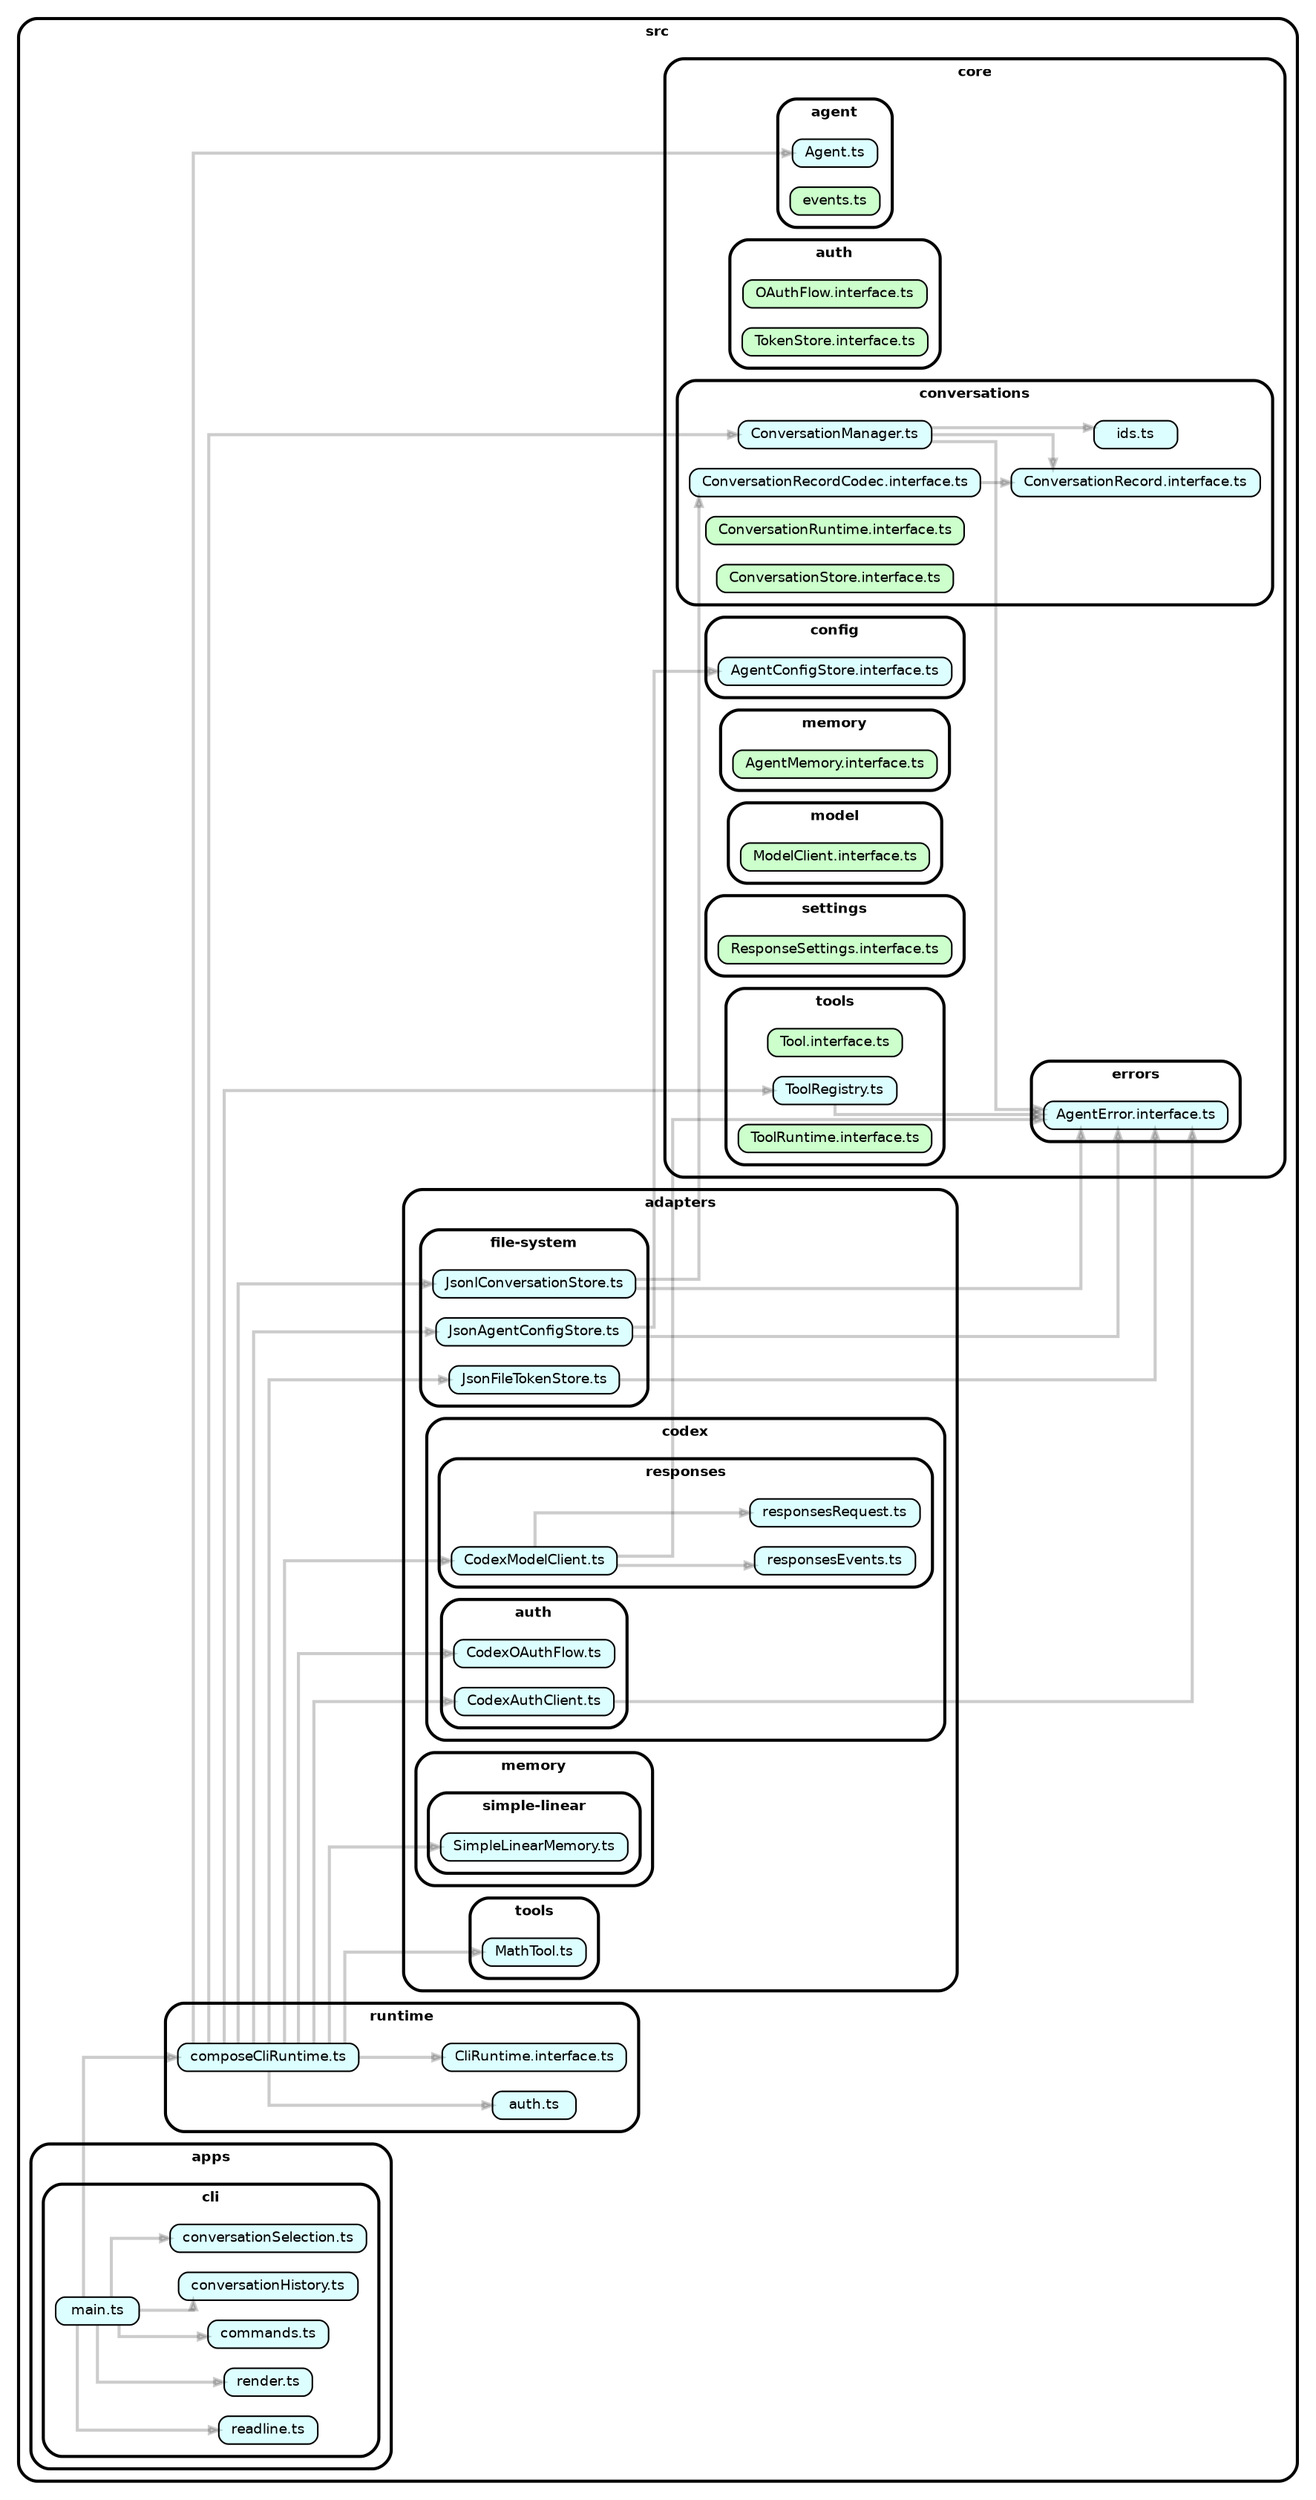
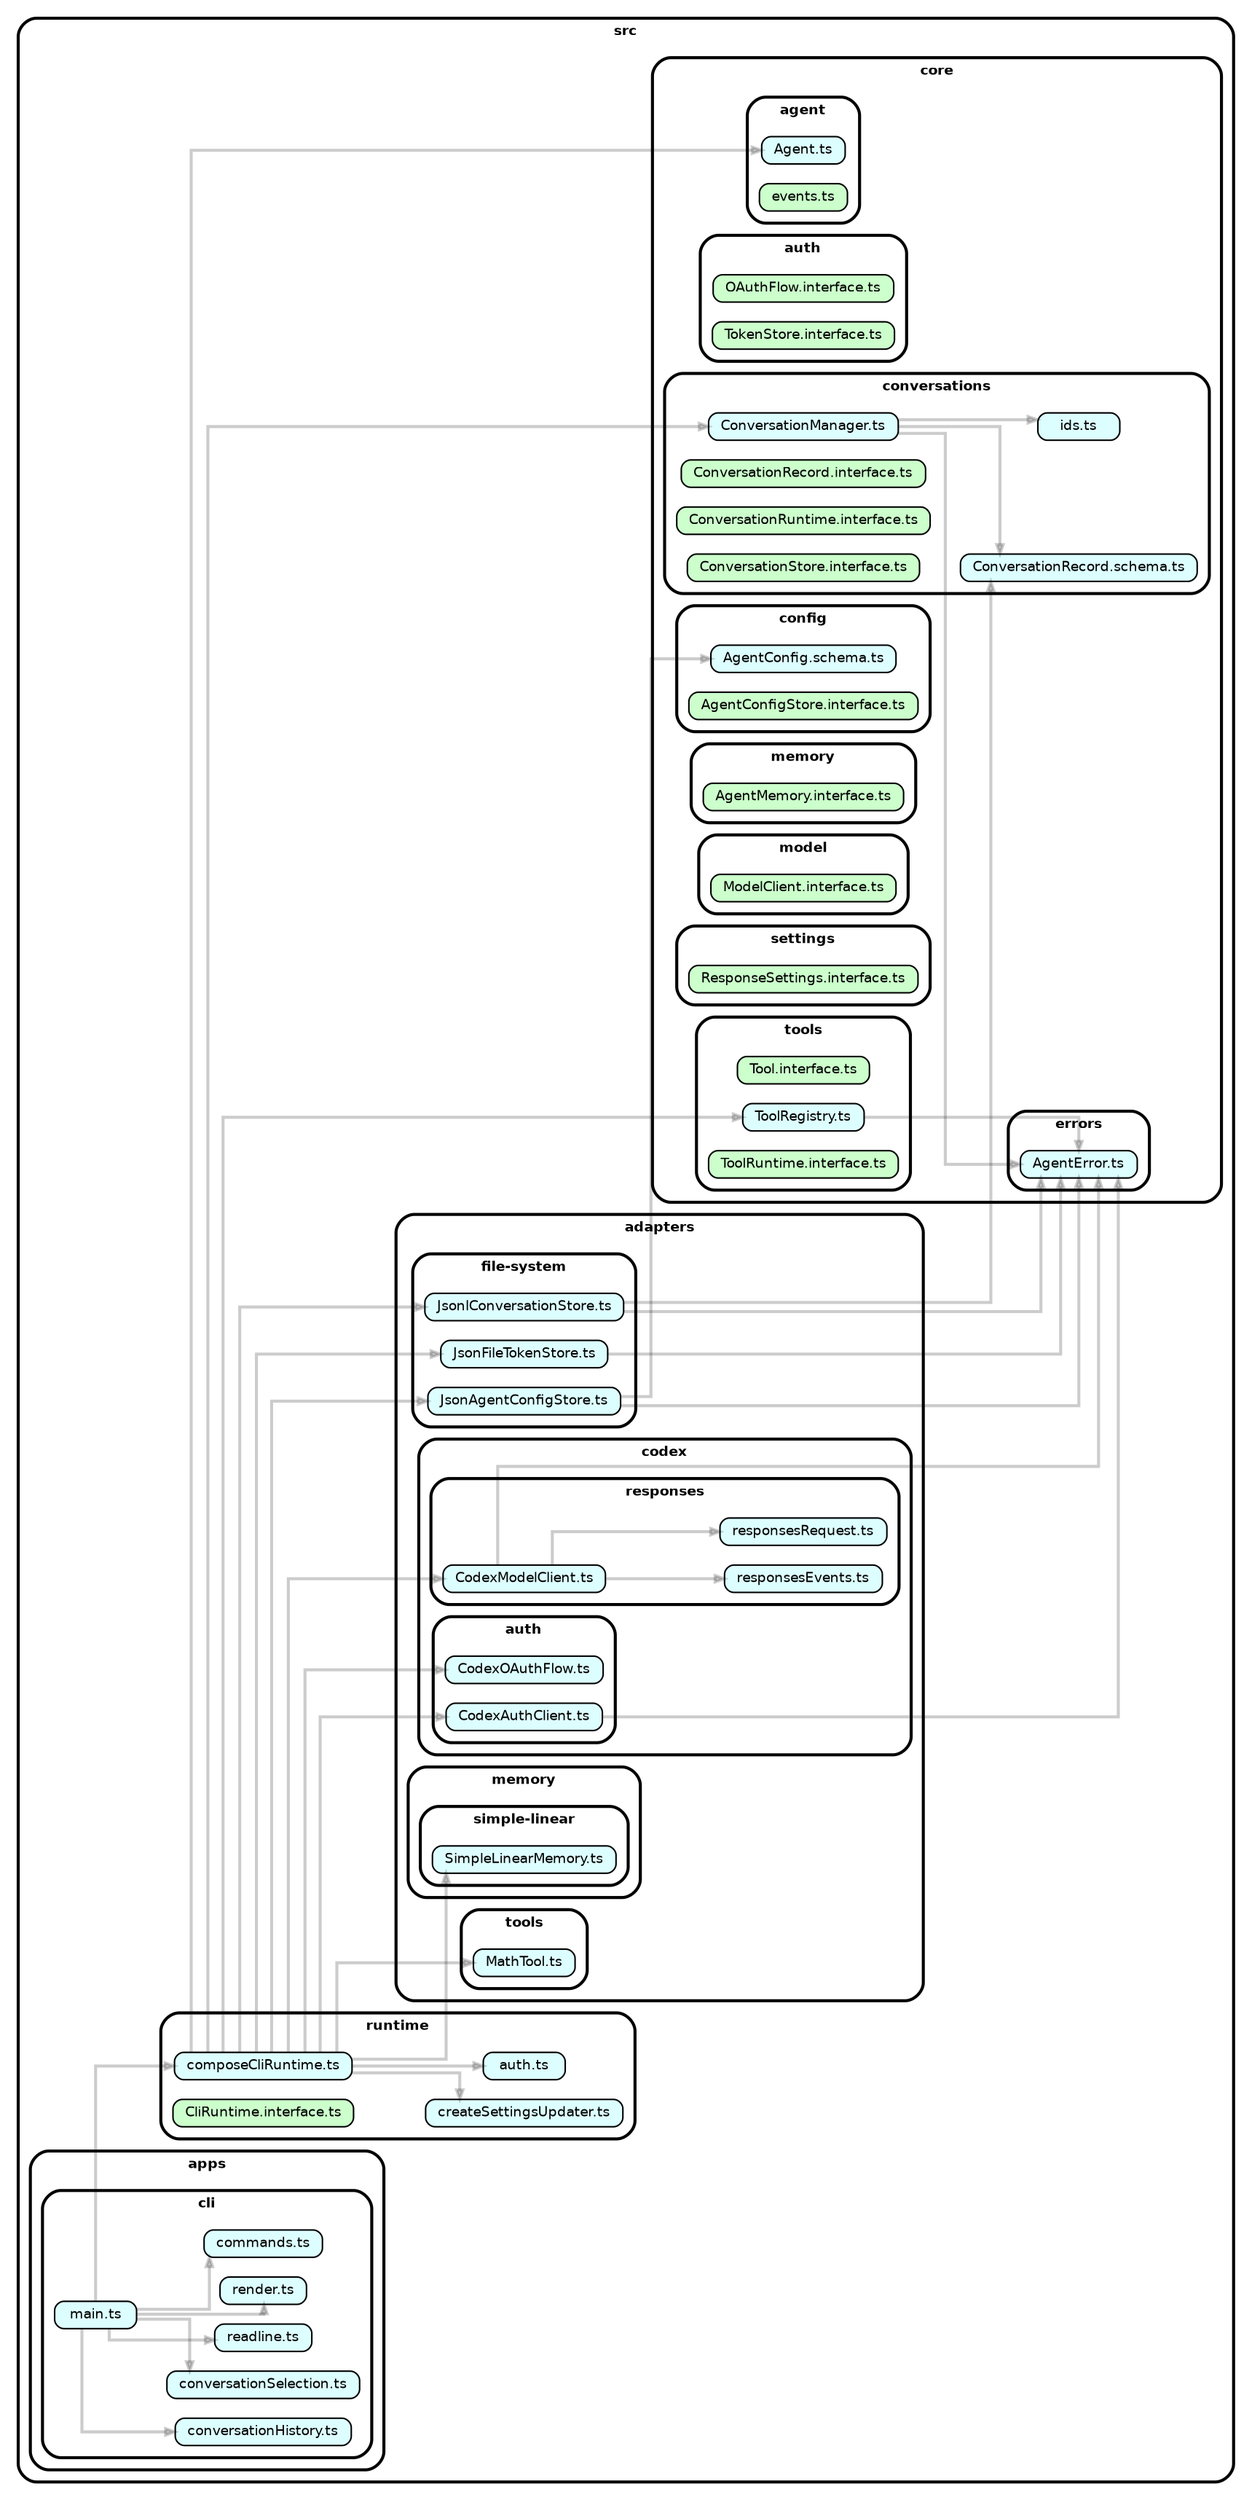
strict digraph "dependency-cruiser output"{
    rankdir="LR" splines="ortho" overlap="false" nodesep="0.18" ranksep="0.28" fontname="Helvetica-bold" fontsize="9" style="rounded,bold,filled" fillcolor="#ffffff" compound="true" concentrate="true"
    node [shape="box" style="rounded, filled" height="0.2" color="black" fillcolor="#ffffcc" fontcolor="black" fontname="Helvetica" fontsize="9"]
    edge [arrowhead="normal" arrowsize="0.6" penwidth="2.0" color="#00000033" fontname="Helvetica" fontsize="9"]

    subgraph "cluster_src" {label="src" subgraph "cluster_src/adapters" {label="adapters" subgraph "cluster_src/adapters/codex" {label="codex" subgraph "cluster_src/adapters/codex/auth" {label="auth" "src/adapters/codex/auth/CodexAuthClient.ts" [label=<CodexAuthClient.ts> tooltip="CodexAuthClient.ts" URL="src/adapters/codex/auth/CodexAuthClient.ts" fillcolor="#ddfeff"] } } } }
-     "src/adapters/codex/auth/CodexAuthClient.ts" -> "src/core/errors/AgentError.interface.ts"
+     "src/adapters/codex/auth/CodexAuthClient.ts" -> "src/core/errors/AgentError.ts"
    subgraph "cluster_src" {label="src" subgraph "cluster_src/adapters" {label="adapters" subgraph "cluster_src/adapters/codex" {label="codex" subgraph "cluster_src/adapters/codex/auth" {label="auth" "src/adapters/codex/auth/CodexOAuthFlow.ts" [label=<CodexOAuthFlow.ts> tooltip="CodexOAuthFlow.ts" URL="src/adapters/codex/auth/CodexOAuthFlow.ts" fillcolor="#ddfeff"] } } } }
    subgraph "cluster_src" {label="src" subgraph "cluster_src/adapters" {label="adapters" subgraph "cluster_src/adapters/codex" {label="codex" subgraph "cluster_src/adapters/codex/responses" {label="responses" "src/adapters/codex/responses/CodexModelClient.ts" [label=<CodexModelClient.ts> tooltip="CodexModelClient.ts" URL="src/adapters/codex/responses/CodexModelClient.ts" fillcolor="#ddfeff"] } } } }
-     "src/adapters/codex/responses/CodexModelClient.ts" -> "src/core/errors/AgentError.interface.ts"
+     "src/adapters/codex/responses/CodexModelClient.ts" -> "src/core/errors/AgentError.ts"
    "src/adapters/codex/responses/CodexModelClient.ts" -> "src/adapters/codex/responses/responsesEvents.ts"
    "src/adapters/codex/responses/CodexModelClient.ts" -> "src/adapters/codex/responses/responsesRequest.ts"
    subgraph "cluster_src" {label="src" subgraph "cluster_src/adapters" {label="adapters" subgraph "cluster_src/adapters/codex" {label="codex" subgraph "cluster_src/adapters/codex/responses" {label="responses" "src/adapters/codex/responses/responsesEvents.ts" [label=<responsesEvents.ts> tooltip="responsesEvents.ts" URL="src/adapters/codex/responses/responsesEvents.ts" fillcolor="#ddfeff"] } } } }
    subgraph "cluster_src" {label="src" subgraph "cluster_src/adapters" {label="adapters" subgraph "cluster_src/adapters/codex" {label="codex" subgraph "cluster_src/adapters/codex/responses" {label="responses" "src/adapters/codex/responses/responsesRequest.ts" [label=<responsesRequest.ts> tooltip="responsesRequest.ts" URL="src/adapters/codex/responses/responsesRequest.ts" fillcolor="#ddfeff"] } } } }
    subgraph "cluster_src" {label="src" subgraph "cluster_src/adapters" {label="adapters" subgraph "cluster_src/adapters/file-system" {label="file-system" "src/adapters/file-system/JsonAgentConfigStore.ts" [label=<JsonAgentConfigStore.ts> tooltip="JsonAgentConfigStore.ts" URL="src/adapters/file-system/JsonAgentConfigStore.ts" fillcolor="#ddfeff"] } } }
-     "src/adapters/file-system/JsonAgentConfigStore.ts" -> "src/core/config/AgentConfigStore.interface.ts"
-     "src/adapters/file-system/JsonAgentConfigStore.ts" -> "src/core/errors/AgentError.interface.ts"
+     "src/adapters/file-system/JsonAgentConfigStore.ts" -> "src/core/config/AgentConfig.schema.ts"
+     "src/adapters/file-system/JsonAgentConfigStore.ts" -> "src/core/errors/AgentError.ts"
    subgraph "cluster_src" {label="src" subgraph "cluster_src/adapters" {label="adapters" subgraph "cluster_src/adapters/file-system" {label="file-system" "src/adapters/file-system/JsonFileTokenStore.ts" [label=<JsonFileTokenStore.ts> tooltip="JsonFileTokenStore.ts" URL="src/adapters/file-system/JsonFileTokenStore.ts" fillcolor="#ddfeff"] } } }
-     "src/adapters/file-system/JsonFileTokenStore.ts" -> "src/core/errors/AgentError.interface.ts"
+     "src/adapters/file-system/JsonFileTokenStore.ts" -> "src/core/errors/AgentError.ts"
    subgraph "cluster_src" {label="src" subgraph "cluster_src/adapters" {label="adapters" subgraph "cluster_src/adapters/file-system" {label="file-system" "src/adapters/file-system/JsonlConversationStore.ts" [label=<JsonlConversationStore.ts> tooltip="JsonlConversationStore.ts" URL="src/adapters/file-system/JsonlConversationStore.ts" fillcolor="#ddfeff"] } } }
-     "src/adapters/file-system/JsonlConversationStore.ts" -> "src/core/conversations/ConversationRecordCodec.interface.ts"
-     "src/adapters/file-system/JsonlConversationStore.ts" -> "src/core/errors/AgentError.interface.ts"
+     "src/adapters/file-system/JsonlConversationStore.ts" -> "src/core/conversations/ConversationRecord.schema.ts"
+     "src/adapters/file-system/JsonlConversationStore.ts" -> "src/core/errors/AgentError.ts"
    subgraph "cluster_src" {label="src" subgraph "cluster_src/adapters" {label="adapters" subgraph "cluster_src/adapters/memory" {label="memory" subgraph "cluster_src/adapters/memory/simple-linear" {label="simple-linear" "src/adapters/memory/simple-linear/SimpleLinearMemory.ts" [label=<SimpleLinearMemory.ts> tooltip="SimpleLinearMemory.ts" URL="src/adapters/memory/simple-linear/SimpleLinearMemory.ts" fillcolor="#ddfeff"] } } } }
    subgraph "cluster_src" {label="src" subgraph "cluster_src/adapters" {label="adapters" subgraph "cluster_src/adapters/tools" {label="tools" "src/adapters/tools/MathTool.ts" [label=<MathTool.ts> tooltip="MathTool.ts" URL="src/adapters/tools/MathTool.ts" fillcolor="#ddfeff"] } } }
    subgraph "cluster_src" {label="src" subgraph "cluster_src/apps" {label="apps" subgraph "cluster_src/apps/cli" {label="cli" "src/apps/cli/commands.ts" [label=<commands.ts> tooltip="commands.ts" URL="src/apps/cli/commands.ts" fillcolor="#ddfeff"] } } }
    subgraph "cluster_src" {label="src" subgraph "cluster_src/apps" {label="apps" subgraph "cluster_src/apps/cli" {label="cli" "src/apps/cli/conversationHistory.ts" [label=<conversationHistory.ts> tooltip="conversationHistory.ts" URL="src/apps/cli/conversationHistory.ts" fillcolor="#ddfeff"] } } }
    subgraph "cluster_src" {label="src" subgraph "cluster_src/apps" {label="apps" subgraph "cluster_src/apps/cli" {label="cli" "src/apps/cli/conversationSelection.ts" [label=<conversationSelection.ts> tooltip="conversationSelection.ts" URL="src/apps/cli/conversationSelection.ts" fillcolor="#ddfeff"] } } }
    subgraph "cluster_src" {label="src" subgraph "cluster_src/apps" {label="apps" subgraph "cluster_src/apps/cli" {label="cli" "src/apps/cli/main.ts" [label=<main.ts> tooltip="main.ts" URL="src/apps/cli/main.ts" fillcolor="#ddfeff"] } } }
    "src/apps/cli/main.ts" -> "src/runtime/composeCliRuntime.ts"
    "src/apps/cli/main.ts" -> "src/apps/cli/commands.ts"
    "src/apps/cli/main.ts" -> "src/apps/cli/conversationHistory.ts"
    "src/apps/cli/main.ts" -> "src/apps/cli/conversationSelection.ts"
    "src/apps/cli/main.ts" -> "src/apps/cli/readline.ts"
    "src/apps/cli/main.ts" -> "src/apps/cli/render.ts"
    subgraph "cluster_src" {label="src" subgraph "cluster_src/apps" {label="apps" subgraph "cluster_src/apps/cli" {label="cli" "src/apps/cli/readline.ts" [label=<readline.ts> tooltip="readline.ts" URL="src/apps/cli/readline.ts" fillcolor="#ddfeff"] } } }
    subgraph "cluster_src" {label="src" subgraph "cluster_src/apps" {label="apps" subgraph "cluster_src/apps/cli" {label="cli" "src/apps/cli/render.ts" [label=<render.ts> tooltip="render.ts" URL="src/apps/cli/render.ts" fillcolor="#ddfeff"] } } }
    subgraph "cluster_src" {label="src" subgraph "cluster_src/core" {label="core" subgraph "cluster_src/core/agent" {label="agent" "src/core/agent/Agent.ts" [label=<Agent.ts> tooltip="Agent.ts" URL="src/core/agent/Agent.ts" fillcolor="#ddfeff"] } } }
    subgraph "cluster_src" {label="src" subgraph "cluster_src/core" {label="core" subgraph "cluster_src/core/agent" {label="agent" "src/core/agent/events.ts" [label=<events.ts> tooltip="events.ts" URL="src/core/agent/events.ts" fillcolor="#ccffcc"] } } }
    subgraph "cluster_src" {label="src" subgraph "cluster_src/core" {label="core" subgraph "cluster_src/core/auth" {label="auth" "src/core/auth/OAuthFlow.interface.ts" [label=<OAuthFlow.interface.ts> tooltip="OAuthFlow.interface.ts" URL="src/core/auth/OAuthFlow.interface.ts" fillcolor="#ccffcc"] } } }
    subgraph "cluster_src" {label="src" subgraph "cluster_src/core" {label="core" subgraph "cluster_src/core/auth" {label="auth" "src/core/auth/TokenStore.interface.ts" [label=<TokenStore.interface.ts> tooltip="TokenStore.interface.ts" URL="src/core/auth/TokenStore.interface.ts" fillcolor="#ccffcc"] } } }
-     subgraph "cluster_src" {label="src" subgraph "cluster_src/core" {label="core" subgraph "cluster_src/core/config" {label="config" "src/core/config/AgentConfigStore.interface.ts" [label=<AgentConfigStore.interface.ts> tooltip="AgentConfigStore.interface.ts" URL="src/core/config/AgentConfigStore.interface.ts" fillcolor="#ddfeff"] } } }
+     subgraph "cluster_src" {label="src" subgraph "cluster_src/core" {label="core" subgraph "cluster_src/core/config" {label="config" "src/core/config/AgentConfig.schema.ts" [label=<AgentConfig.schema.ts> tooltip="AgentConfig.schema.ts" URL="src/core/config/AgentConfig.schema.ts" fillcolor="#ddfeff"] } } }
+     subgraph "cluster_src" {label="src" subgraph "cluster_src/core" {label="core" subgraph "cluster_src/core/config" {label="config" "src/core/config/AgentConfigStore.interface.ts" [label=<AgentConfigStore.interface.ts> tooltip="AgentConfigStore.interface.ts" URL="src/core/config/AgentConfigStore.interface.ts" fillcolor="#ccffcc"] } } }
    subgraph "cluster_src" {label="src" subgraph "cluster_src/core" {label="core" subgraph "cluster_src/core/conversations" {label="conversations" "src/core/conversations/ConversationManager.ts" [label=<ConversationManager.ts> tooltip="ConversationManager.ts" URL="src/core/conversations/ConversationManager.ts" fillcolor="#ddfeff"] } } }
-     "src/core/conversations/ConversationManager.ts" -> "src/core/errors/AgentError.interface.ts"
-     "src/core/conversations/ConversationManager.ts" -> "src/core/conversations/ConversationRecord.interface.ts"
+     "src/core/conversations/ConversationManager.ts" -> "src/core/errors/AgentError.ts"
+     "src/core/conversations/ConversationManager.ts" -> "src/core/conversations/ConversationRecord.schema.ts"
    "src/core/conversations/ConversationManager.ts" -> "src/core/conversations/ids.ts"
-     subgraph "cluster_src" {label="src" subgraph "cluster_src/core" {label="core" subgraph "cluster_src/core/conversations" {label="conversations" "src/core/conversations/ConversationRecord.interface.ts" [label=<ConversationRecord.interface.ts> tooltip="ConversationRecord.interface.ts" URL="src/core/conversations/ConversationRecord.interface.ts" fillcolor="#ddfeff"] } } }
-     subgraph "cluster_src" {label="src" subgraph "cluster_src/core" {label="core" subgraph "cluster_src/core/conversations" {label="conversations" "src/core/conversations/ConversationRecordCodec.interface.ts" [label=<ConversationRecordCodec.interface.ts> tooltip="ConversationRecordCodec.interface.ts" URL="src/core/conversations/ConversationRecordCodec.interface.ts" fillcolor="#ddfeff"] } } }
-     "src/core/conversations/ConversationRecordCodec.interface.ts" -> "src/core/conversations/ConversationRecord.interface.ts"
+     subgraph "cluster_src" {label="src" subgraph "cluster_src/core" {label="core" subgraph "cluster_src/core/conversations" {label="conversations" "src/core/conversations/ConversationRecord.interface.ts" [label=<ConversationRecord.interface.ts> tooltip="ConversationRecord.interface.ts" URL="src/core/conversations/ConversationRecord.interface.ts" fillcolor="#ccffcc"] } } }
+     subgraph "cluster_src" {label="src" subgraph "cluster_src/core" {label="core" subgraph "cluster_src/core/conversations" {label="conversations" "src/core/conversations/ConversationRecord.schema.ts" [label=<ConversationRecord.schema.ts> tooltip="ConversationRecord.schema.ts" URL="src/core/conversations/ConversationRecord.schema.ts" fillcolor="#ddfeff"] } } }
    subgraph "cluster_src" {label="src" subgraph "cluster_src/core" {label="core" subgraph "cluster_src/core/conversations" {label="conversations" "src/core/conversations/ConversationRuntime.interface.ts" [label=<ConversationRuntime.interface.ts> tooltip="ConversationRuntime.interface.ts" URL="src/core/conversations/ConversationRuntime.interface.ts" fillcolor="#ccffcc"] } } }
    subgraph "cluster_src" {label="src" subgraph "cluster_src/core" {label="core" subgraph "cluster_src/core/conversations" {label="conversations" "src/core/conversations/ConversationStore.interface.ts" [label=<ConversationStore.interface.ts> tooltip="ConversationStore.interface.ts" URL="src/core/conversations/ConversationStore.interface.ts" fillcolor="#ccffcc"] } } }
    subgraph "cluster_src" {label="src" subgraph "cluster_src/core" {label="core" subgraph "cluster_src/core/conversations" {label="conversations" "src/core/conversations/ids.ts" [label=<ids.ts> tooltip="ids.ts" URL="src/core/conversations/ids.ts" fillcolor="#ddfeff"] } } }
-     subgraph "cluster_src" {label="src" subgraph "cluster_src/core" {label="core" subgraph "cluster_src/core/errors" {label="errors" "src/core/errors/AgentError.interface.ts" [label=<AgentError.interface.ts> tooltip="AgentError.interface.ts" URL="src/core/errors/AgentError.interface.ts" fillcolor="#ddfeff"] } } }
+     subgraph "cluster_src" {label="src" subgraph "cluster_src/core" {label="core" subgraph "cluster_src/core/errors" {label="errors" "src/core/errors/AgentError.ts" [label=<AgentError.ts> tooltip="AgentError.ts" URL="src/core/errors/AgentError.ts" fillcolor="#ddfeff"] } } }
    subgraph "cluster_src" {label="src" subgraph "cluster_src/core" {label="core" subgraph "cluster_src/core/memory" {label="memory" "src/core/memory/AgentMemory.interface.ts" [label=<AgentMemory.interface.ts> tooltip="AgentMemory.interface.ts" URL="src/core/memory/AgentMemory.interface.ts" fillcolor="#ccffcc"] } } }
    subgraph "cluster_src" {label="src" subgraph "cluster_src/core" {label="core" subgraph "cluster_src/core/model" {label="model" "src/core/model/ModelClient.interface.ts" [label=<ModelClient.interface.ts> tooltip="ModelClient.interface.ts" URL="src/core/model/ModelClient.interface.ts" fillcolor="#ccffcc"] } } }
    subgraph "cluster_src" {label="src" subgraph "cluster_src/core" {label="core" subgraph "cluster_src/core/settings" {label="settings" "src/core/settings/ResponseSettings.interface.ts" [label=<ResponseSettings.interface.ts> tooltip="ResponseSettings.interface.ts" URL="src/core/settings/ResponseSettings.interface.ts" fillcolor="#ccffcc"] } } }
    subgraph "cluster_src" {label="src" subgraph "cluster_src/core" {label="core" subgraph "cluster_src/core/tools" {label="tools" "src/core/tools/Tool.interface.ts" [label=<Tool.interface.ts> tooltip="Tool.interface.ts" URL="src/core/tools/Tool.interface.ts" fillcolor="#ccffcc"] } } }
    subgraph "cluster_src" {label="src" subgraph "cluster_src/core" {label="core" subgraph "cluster_src/core/tools" {label="tools" "src/core/tools/ToolRegistry.ts" [label=<ToolRegistry.ts> tooltip="ToolRegistry.ts" URL="src/core/tools/ToolRegistry.ts" fillcolor="#ddfeff"] } } }
-     "src/core/tools/ToolRegistry.ts" -> "src/core/errors/AgentError.interface.ts"
+     "src/core/tools/ToolRegistry.ts" -> "src/core/errors/AgentError.ts"
    subgraph "cluster_src" {label="src" subgraph "cluster_src/core" {label="core" subgraph "cluster_src/core/tools" {label="tools" "src/core/tools/ToolRuntime.interface.ts" [label=<ToolRuntime.interface.ts> tooltip="ToolRuntime.interface.ts" URL="src/core/tools/ToolRuntime.interface.ts" fillcolor="#ccffcc"] } } }
-     subgraph "cluster_src" {label="src" subgraph "cluster_src/runtime" {label="runtime" "src/runtime/CliRuntime.interface.ts" [label=<CliRuntime.interface.ts> tooltip="CliRuntime.interface.ts" URL="src/runtime/CliRuntime.interface.ts" fillcolor="#ddfeff"] } }
+     subgraph "cluster_src" {label="src" subgraph "cluster_src/runtime" {label="runtime" "src/runtime/CliRuntime.interface.ts" [label=<CliRuntime.interface.ts> tooltip="CliRuntime.interface.ts" URL="src/runtime/CliRuntime.interface.ts" fillcolor="#ccffcc"] } }
    subgraph "cluster_src" {label="src" subgraph "cluster_src/runtime" {label="runtime" "src/runtime/auth.ts" [label=<auth.ts> tooltip="auth.ts" URL="src/runtime/auth.ts" fillcolor="#ddfeff"] } }
    subgraph "cluster_src" {label="src" subgraph "cluster_src/runtime" {label="runtime" "src/runtime/composeCliRuntime.ts" [label=<composeCliRuntime.ts> tooltip="composeCliRuntime.ts" URL="src/runtime/composeCliRuntime.ts" fillcolor="#ddfeff"] } }
    "src/runtime/composeCliRuntime.ts" -> "src/adapters/codex/auth/CodexAuthClient.ts"
    "src/runtime/composeCliRuntime.ts" -> "src/adapters/codex/auth/CodexOAuthFlow.ts"
    "src/runtime/composeCliRuntime.ts" -> "src/adapters/codex/responses/CodexModelClient.ts"
    "src/runtime/composeCliRuntime.ts" -> "src/adapters/file-system/JsonAgentConfigStore.ts"
    "src/runtime/composeCliRuntime.ts" -> "src/adapters/file-system/JsonFileTokenStore.ts"
    "src/runtime/composeCliRuntime.ts" -> "src/adapters/file-system/JsonlConversationStore.ts"
    "src/runtime/composeCliRuntime.ts" -> "src/adapters/memory/simple-linear/SimpleLinearMemory.ts"
    "src/runtime/composeCliRuntime.ts" -> "src/adapters/tools/MathTool.ts"
    "src/runtime/composeCliRuntime.ts" -> "src/core/agent/Agent.ts"
    "src/runtime/composeCliRuntime.ts" -> "src/core/conversations/ConversationManager.ts"
    "src/runtime/composeCliRuntime.ts" -> "src/core/tools/ToolRegistry.ts"
    "src/runtime/composeCliRuntime.ts" -> "src/runtime/auth.ts"
-     "src/runtime/composeCliRuntime.ts" -> "src/runtime/CliRuntime.interface.ts"
+     "src/runtime/composeCliRuntime.ts" -> "src/runtime/createSettingsUpdater.ts"
+     subgraph "cluster_src" {label="src" subgraph "cluster_src/runtime" {label="runtime" "src/runtime/createSettingsUpdater.ts" [label=<createSettingsUpdater.ts> tooltip="createSettingsUpdater.ts" URL="src/runtime/createSettingsUpdater.ts" fillcolor="#ddfeff"] } }
}
